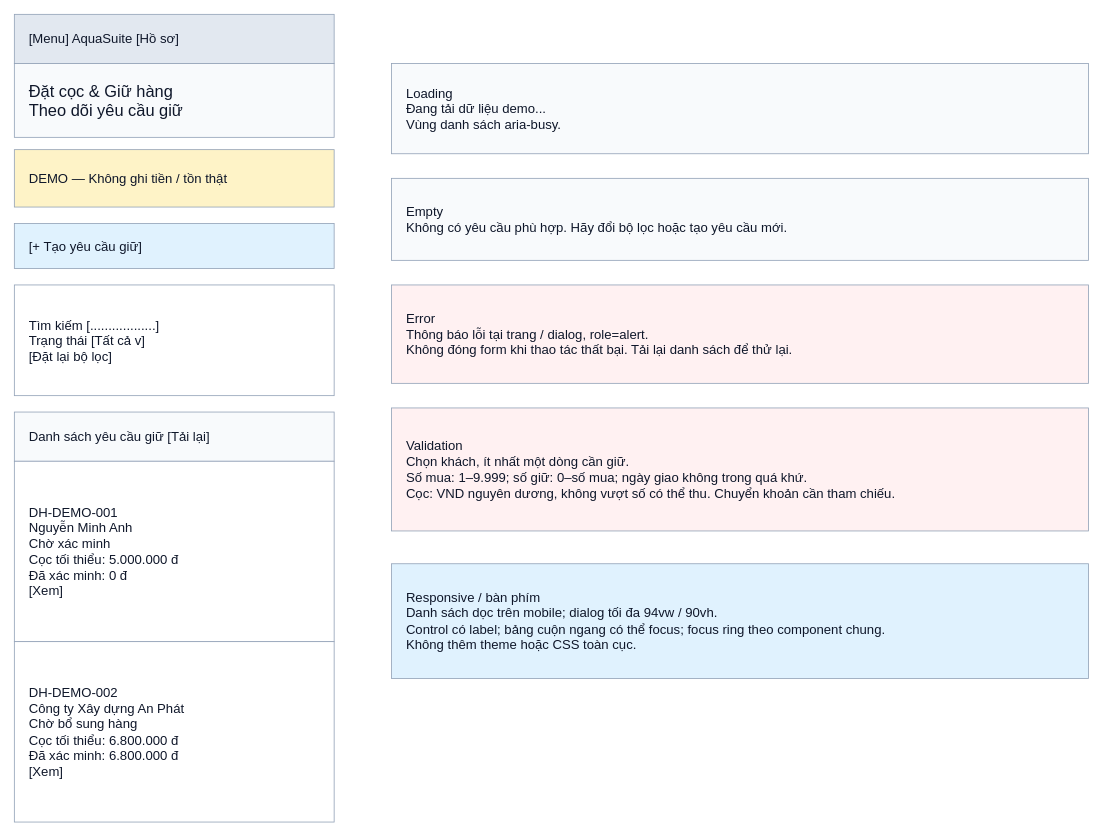
NamPham14/aquasuite-fe keeps this draw.io diagram as page "04 · Mobile và trạng thái" (4 of 6) of docs/specifications/FE-UC29-DEMO.drawio. Above is the earlier version. Source tidied: cells renumbered, new cells numbered last; positions are measured from the earlier drawing's top-left corner, leaving out a move shared by most shapes. Both pictures are drawn from the tidied source at 82%, with x=0, y=0 at pixel (14, 14).
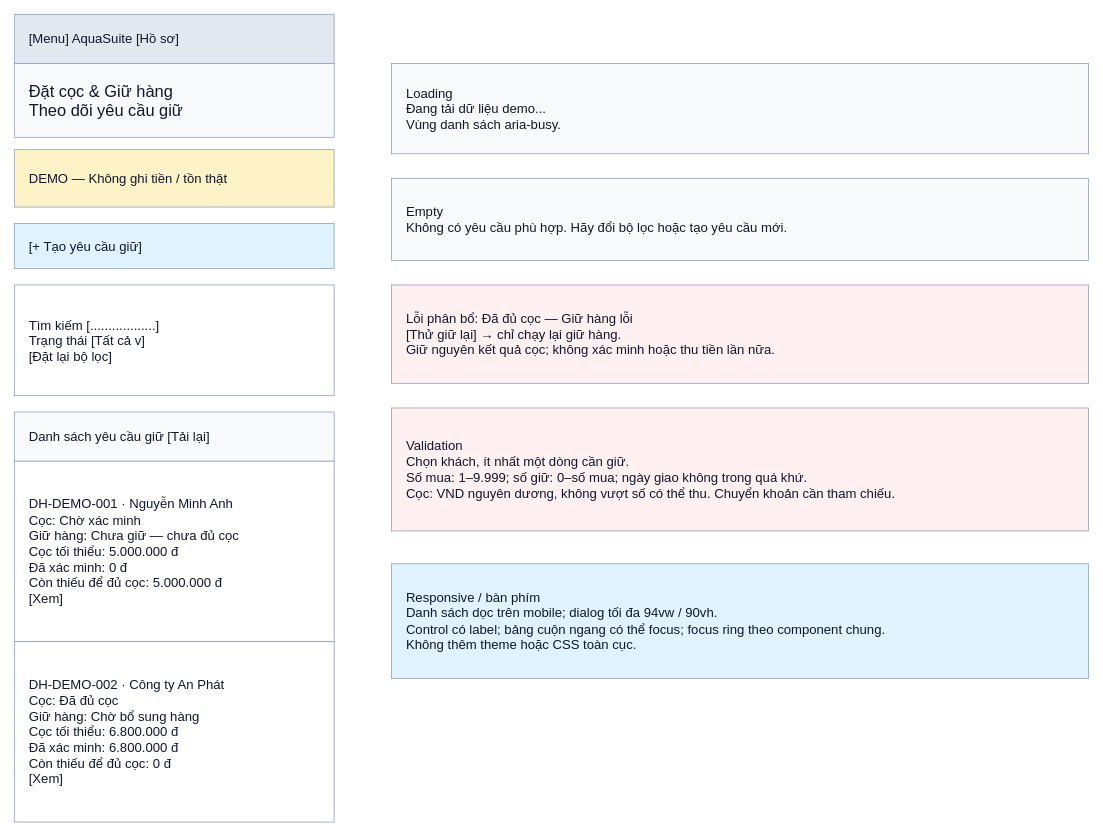
Above is the later version.

Change to the diagram source:
```diff
@@
 <mxGraphModel>
   <root>
     <mxCell id="0" />
     <mxCell id="1" parent="0" />
     <mxCell id="2" value="[Menu]      AquaSuite       [Hồ sơ]" style="rounded=0;whiteSpace=wrap;html=0;fillColor=#e2e8f0;strokeColor=#94a3b8;fontColor=#0f172a;fontSize=16;align=left;verticalAlign=middle;spacingLeft=16;spacingRight=12;" parent="1" vertex="1">
       <mxGeometry width="390" height="60" as="geometry" />
     </mxCell>
     <mxCell id="3" value="Đặt cọc &amp; Giữ hàng&#10;Theo dõi yêu cầu giữ" style="rounded=0;whiteSpace=wrap;html=0;fillColor=#f8fafc;strokeColor=#94a3b8;fontColor=#0f172a;fontSize=20;align=left;verticalAlign=middle;spacingLeft=16;spacingRight=12;" parent="1" vertex="1">
       <mxGeometry y="60" width="390" height="90" as="geometry" />
     </mxCell>
     <mxCell id="4" value="DEMO — Không ghi tiền / tồn thật" style="rounded=0;whiteSpace=wrap;html=0;fillColor=#fef3c7;strokeColor=#94a3b8;fontColor=#0f172a;fontSize=16;align=left;verticalAlign=middle;spacingLeft=16;spacingRight=12;" parent="1" vertex="1">
       <mxGeometry y="165" width="390" height="70" as="geometry" />
     </mxCell>
     <mxCell id="5" value="[+ Tạo yêu cầu giữ]" style="rounded=0;whiteSpace=wrap;html=0;fillColor=#e0f2fe;strokeColor=#94a3b8;fontColor=#0f172a;fontSize=16;align=left;verticalAlign=middle;spacingLeft=16;spacingRight=12;" parent="1" vertex="1">
       <mxGeometry y="255" width="390" height="55" as="geometry" />
     </mxCell>
     <mxCell id="6" value="Tìm kiếm [..................]&#10;Trạng thái [Tất cả v]&#10;[Đặt lại bộ lọc]" style="rounded=0;whiteSpace=wrap;html=0;fillColor=#ffffff;strokeColor=#94a3b8;fontColor=#0f172a;fontSize=16;align=left;verticalAlign=middle;spacingLeft=16;spacingRight=12;" parent="1" vertex="1">
       <mxGeometry y="330" width="390" height="135" as="geometry" />
     </mxCell>
     <mxCell id="7" value="Danh sách yêu cầu giữ       [Tải lại]" style="rounded=0;whiteSpace=wrap;html=0;fillColor=#f8fafc;strokeColor=#94a3b8;fontColor=#0f172a;fontSize=16;align=left;verticalAlign=middle;spacingLeft=16;spacingRight=12;" parent="1" vertex="1">
       <mxGeometry y="485" width="390" height="60" as="geometry" />
     </mxCell>
-    <mxCell id="8" value="DH-DEMO-001&#10;Nguyễn Minh Anh&#10;Chờ xác minh&#10;Cọc tối thiểu: 5.000.000 đ&#10;Đã xác minh: 0 đ&#10;[Xem]" style="rounded=0;whiteSpace=wrap;html=0;fillColor=#ffffff;strokeColor=#94a3b8;fontColor=#0f172a;fontSize=16;align=left;verticalAlign=middle;spacingLeft=16;spacingRight=12;" parent="1" vertex="1">
+    <mxCell id="8" value="DH-DEMO-001 · Nguyễn Minh Anh&#10;Cọc: Chờ xác minh&#10;Giữ hàng: Chưa giữ — chưa đủ cọc&#10;Cọc tối thiểu: 5.000.000 đ&#10;Đã xác minh: 0 đ&#10;Còn thiếu để đủ cọc: 5.000.000 đ&#10;[Xem]" style="rounded=0;whiteSpace=wrap;html=0;fillColor=#ffffff;strokeColor=#94a3b8;fontColor=#0f172a;fontSize=16;align=left;verticalAlign=middle;spacingLeft=16;spacingRight=12;" parent="1" vertex="1">
       <mxGeometry y="545" width="390" height="220" as="geometry" />
     </mxCell>
-    <mxCell id="9" value="DH-DEMO-002&#10;Công ty Xây dựng An Phát&#10;Chờ bổ sung hàng&#10;Cọc tối thiểu: 6.800.000 đ&#10;Đã xác minh: 6.800.000 đ&#10;[Xem]" style="rounded=0;whiteSpace=wrap;html=0;fillColor=#ffffff;strokeColor=#94a3b8;fontColor=#0f172a;fontSize=16;align=left;verticalAlign=middle;spacingLeft=16;spacingRight=12;" parent="1" vertex="1">
+    <mxCell id="9" value="DH-DEMO-002 · Công ty An Phát&#10;Cọc: Đã đủ cọc&#10;Giữ hàng: Chờ bổ sung hàng&#10;Cọc tối thiểu: 6.800.000 đ&#10;Đã xác minh: 6.800.000 đ&#10;Còn thiếu để đủ cọc: 0 đ&#10;[Xem]" style="rounded=0;whiteSpace=wrap;html=0;fillColor=#ffffff;strokeColor=#94a3b8;fontColor=#0f172a;fontSize=16;align=left;verticalAlign=middle;spacingLeft=16;spacingRight=12;" parent="1" vertex="1">
       <mxGeometry y="765" width="390" height="220" as="geometry" />
     </mxCell>
     <mxCell id="10" value="Loading&#10;Đang tải dữ liệu demo...&#10;Vùng danh sách aria-busy." style="rounded=0;whiteSpace=wrap;html=0;fillColor=#f8fafc;strokeColor=#94a3b8;fontColor=#0f172a;fontSize=16;align=left;verticalAlign=middle;spacingLeft=16;spacingRight=12;" parent="1" vertex="1">
       <mxGeometry x="460" y="60" width="850" height="110" as="geometry" />
     </mxCell>
     <mxCell id="11" value="Empty&#10;Không có yêu cầu phù hợp. Hãy đổi bộ lọc hoặc tạo yêu cầu mới." style="rounded=0;whiteSpace=wrap;html=0;fillColor=#f8fafc;strokeColor=#94a3b8;fontColor=#0f172a;fontSize=16;align=left;verticalAlign=middle;spacingLeft=16;spacingRight=12;" parent="1" vertex="1">
       <mxGeometry x="460" y="200" width="850" height="100" as="geometry" />
     </mxCell>
-    <mxCell id="12" value="Error&#10;Thông báo lỗi tại trang / dialog, role=alert.&#10;Không đóng form khi thao tác thất bại. Tải lại danh sách để thử lại." style="rounded=0;whiteSpace=wrap;html=0;fillColor=#fff1f2;strokeColor=#94a3b8;fontColor=#0f172a;fontSize=16;align=left;verticalAlign=middle;spacingLeft=16;spacingRight=12;" parent="1" vertex="1">
+    <mxCell id="12" value="Lỗi phân bổ: Đã đủ cọc — Giữ hàng lỗi&#10;[Thử giữ lại] → chỉ chạy lại giữ hàng.&#10;Giữ nguyên kết quả cọc; không xác minh hoặc thu tiền lần nữa." style="rounded=0;whiteSpace=wrap;html=0;fillColor=#fff1f2;strokeColor=#94a3b8;fontColor=#0f172a;fontSize=16;align=left;verticalAlign=middle;spacingLeft=16;spacingRight=12;" parent="1" vertex="1">
       <mxGeometry x="460" y="330" width="850" height="120" as="geometry" />
     </mxCell>
     <mxCell id="13" value="Validation&#10;Chọn khách, ít nhất một dòng cần giữ.&#10;Số mua: 1–9.999; số giữ: 0–số mua; ngày giao không trong quá khứ.&#10;Cọc: VND nguyên dương, không vượt số có thể thu. Chuyển khoản cần tham chiếu." style="rounded=0;whiteSpace=wrap;html=0;fillColor=#fff1f2;strokeColor=#94a3b8;fontColor=#0f172a;fontSize=16;align=left;verticalAlign=middle;spacingLeft=16;spacingRight=12;" parent="1" vertex="1">
       <mxGeometry x="460" y="480" width="850" height="150" as="geometry" />
     </mxCell>
     <mxCell id="14" value="Responsive / bàn phím&#10;Danh sách dọc trên mobile; dialog tối đa 94vw / 90vh.&#10;Control có label; bảng cuộn ngang có thể focus; focus ring theo component chung.&#10;Không thêm theme hoặc CSS toàn cục." style="rounded=0;whiteSpace=wrap;html=0;fillColor=#e0f2fe;strokeColor=#94a3b8;fontColor=#0f172a;fontSize=16;align=left;verticalAlign=middle;spacingLeft=16;spacingRight=12;" parent="1" vertex="1">
       <mxGeometry x="460" y="670" width="850" height="140" as="geometry" />
     </mxCell>
   </root>
 </mxGraphModel>
```
